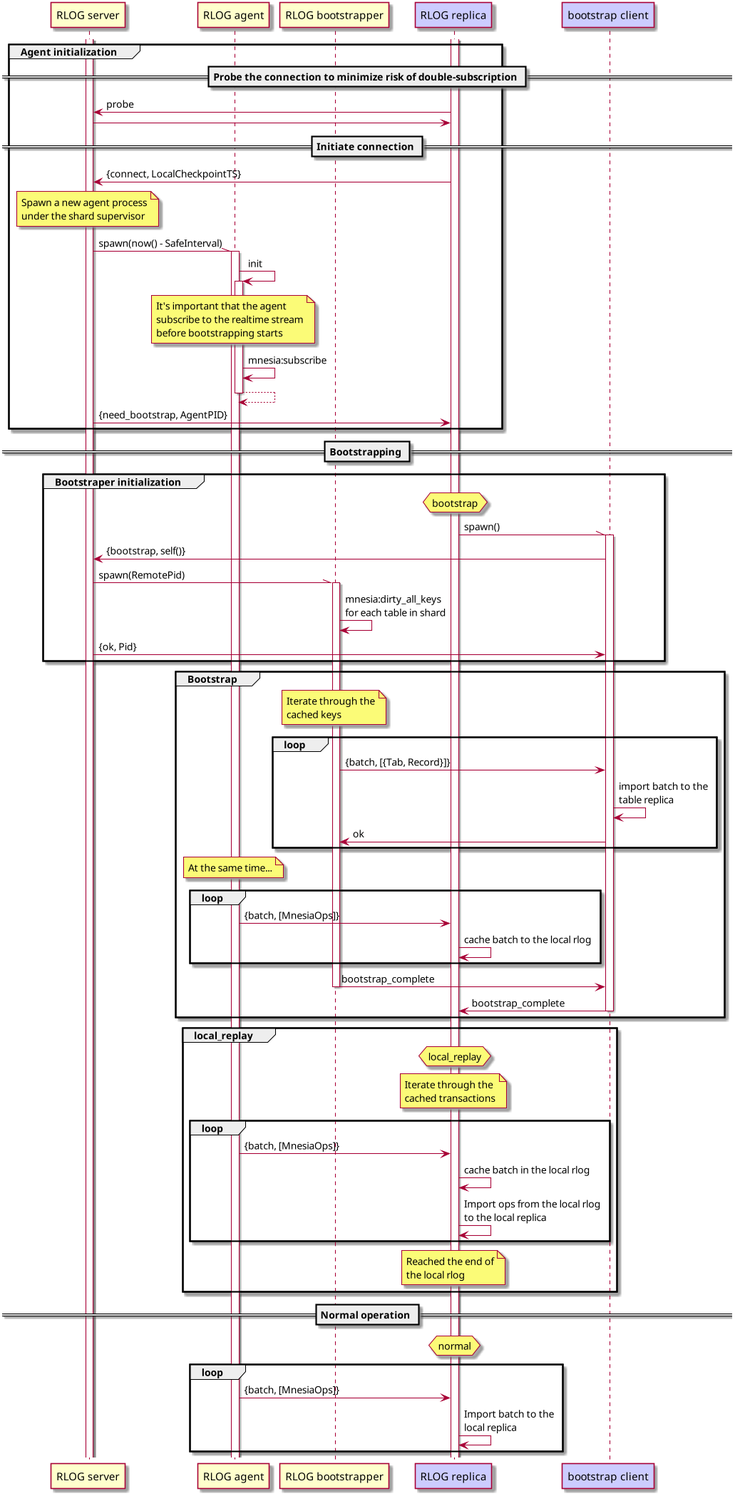
Before: doc/replication-msc.png, a diagram exported from PlantUML (emqx/mria). The source it was exported from:
```plantuml
@startuml
scale 1024 width

participant "RLOG server" as server #ffc
participant "RLOG agent" as agent #ffc
participant "RLOG bootstrapper" as boot_serv #ffc

participant "RLOG replica" as repl #ccf
participant "bootstrap client" as boot_client #ccf

activate server
activate repl

group Agent initialization
== Probe the connection to minimize risk of double-subscription ==
  repl -> server : probe
  repl <- server

== Initiate connection ==
  repl -> server : {connect, LocalCheckpointTS}
  note over server : Spawn a new agent process\nunder the shard supervisor
  server -\\ agent : spawn(now() - SafeInterval)

  activate agent

    agent -> agent+: init
      note over agent: It's important that the agent\nsubscribe to the realtime stream\nbefore bootstrapping starts

      agent -> agent: mnesia:subscribe
    return

  repl <- server : {need_bootstrap, AgentPID}
end

== Bootstrapping ==

group Bootstraper initialization
  hnote over repl : bootstrap

  repl -\\ boot_client : spawn()
  activate boot_client

  boot_client -> server : {bootstrap, self()}
  server -\\ boot_serv : spawn(RemotePid)
  activate boot_serv

  boot_serv -> boot_serv : mnesia:dirty_all_keys\nfor each table in shard

  server -> boot_client : {ok, Pid}
end

group Bootstrap
  note over boot_serv : Iterate through the\ncached keys
  loop
    boot_serv -> boot_client : {batch, [{Tab, Record}]}
    boot_client -> boot_client : import batch to the\ntable replica
    boot_serv <- boot_client : ok
  end

  note over agent : At the same time...

  loop
    agent -> repl : {batch, [MnesiaOps]}
    repl -> repl : cache batch to the local rlog
  end

  boot_serv -> boot_client : bootstrap_complete
  deactivate boot_serv
  boot_client -> repl : bootstrap_complete
  deactivate boot_client
end

group local_replay
  hnote over repl : local_replay

  note over repl : Iterate through the\ncached transactions

  loop
    agent -> repl : {batch, [MnesiaOps]}
    repl -> repl : cache batch in the local rlog

    repl -> repl : Import ops from the local rlog\nto the local replica
  end

  note over repl : Reached the end of\nthe local rlog
end


== Normal operation ==

hnote over repl : normal

loop
  agent -> repl : {batch, [MnesiaOps]}
  repl -> repl : Import batch to the\nlocal replica
end

@enduml
```
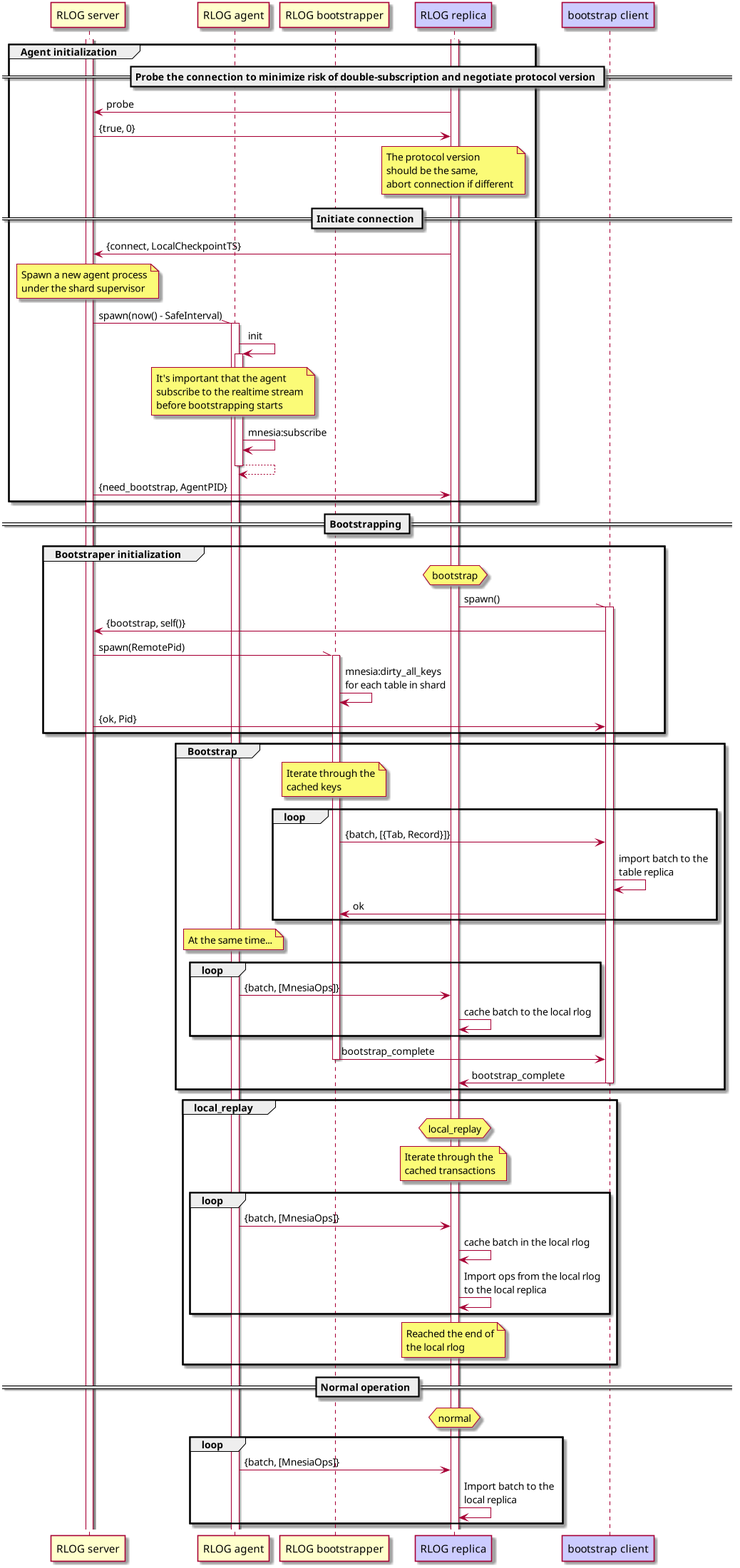
Above is the later version.

Commit message:
feat(server): Negotiate protocol version

Fixes: #9

Change to the diagram source:
```diff
@@ -12,9 +12,10 @@
 activate repl
 
 group Agent initialization
-== Probe the connection to minimize risk of double-subscription ==
+== Probe the connection to minimize risk of double-subscription and negotiate protocol version ==
   repl -> server : probe
-  repl <- server
+  repl <- server : {true, 0}
+  note over repl: The protocol version\nshould be the same,\nabort connection if different
 
 == Initiate connection ==
   repl -> server : {connect, LocalCheckpointTS}
```
